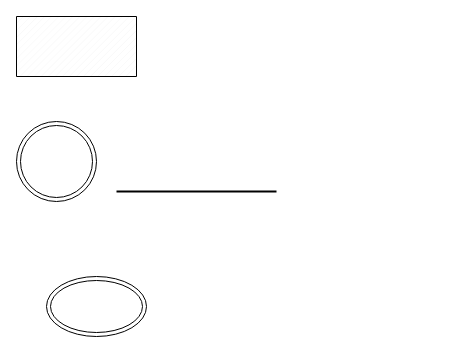
Before: src/SnakeLadder/Untitled.drawio in remanx2558/LearningJavaBasics, a draw.io diagram. Source tidied: cells renumbered, new cells numbered last; positions are measured from the earlier drawing's top-left corner, leaving out a move shared by most shapes. Both pictures are drawn from the tidied source at 100%, with x=0, y=0 at pixel (16, 16).
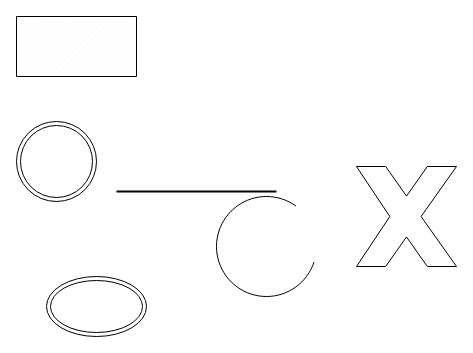
Above is the later version.

The edit, as a diff of the source:
```diff
@@
 <mxGraphModel>
   <root>
     <mxCell id="0" />
     <mxCell id="1" parent="0" />
     <mxCell id="2" style="ellipse;shape=doubleEllipse;whiteSpace=wrap;html=1;" parent="1" vertex="1">
       <mxGeometry x="30" y="260" width="100" height="60" as="geometry" />
     </mxCell>
     <mxCell id="3" style="line;strokeWidth=2;html=1;" parent="1" vertex="1">
       <mxGeometry x="100" y="170" width="160" height="10" as="geometry" />
     </mxCell>
     <mxCell id="4" style="ellipse;shape=doubleEllipse;whiteSpace=wrap;html=1;" parent="1" vertex="1">
       <mxGeometry y="105" width="80" height="80" as="geometry" />
     </mxCell>
     <mxCell id="5" style="verticalLabelPosition=bottom;verticalAlign=top;html=1;shape=mxgraph.basic.patternFillRect;fillStyle=diag;step=5;fillStrokeWidth=0.2;fillStrokeColor=#dddddd;" parent="1" vertex="1">
       <mxGeometry width="120" height="60" as="geometry" />
     </mxCell>
+    <mxCell id="6" style="verticalLabelPosition=bottom;verticalAlign=top;html=1;shape=mxgraph.basic.arc;startAngle=0.3;endAngle=0.1;" parent="1" vertex="1">
+      <mxGeometry x="200" y="180" width="100" height="100" as="geometry" />
+    </mxCell>
+    <mxCell id="7" style="verticalLabelPosition=bottom;verticalAlign=top;html=1;shape=mxgraph.basic.x;" parent="1" vertex="1">
+      <mxGeometry x="340" y="150" width="100" height="100" as="geometry" />
+    </mxCell>
   </root>
 </mxGraphModel>
```
